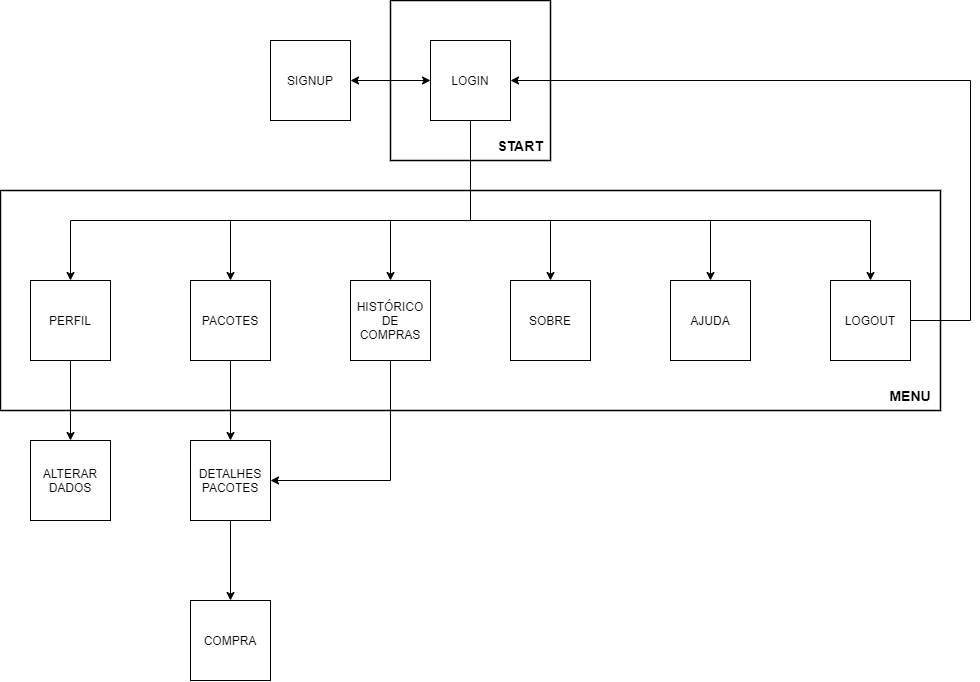
The draw.io diagram Wireframe Android/Diagrama de Navegação.drawio.png in rromao236/Projeto2ano, before a commit. Source tidied: cells renumbered, new cells last; positions are measured from the earlier drawing's top-left corner, leaving out a move shared by most shapes.
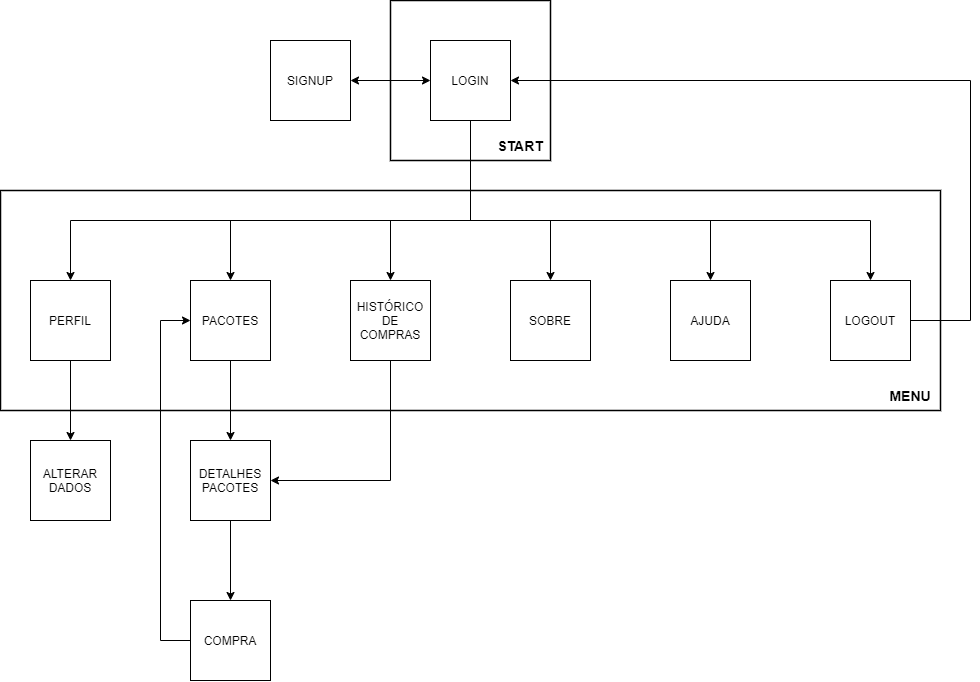
After the change.

The edit, as a diff of the source:
```diff
@@ -126,5 +126,21 @@
         <mxPoint x="390" y="480" as="sourcePoint" />
       </mxGeometry>
     </mxCell>
+    <mxCell id="34" style="endArrow=none;html=1;rounded=0;fontSize=12;entryX=0;entryY=0.5;entryDx=0;entryDy=0;" parent="1" edge="1" target="26">
+      <mxGeometry relative="1" as="geometry">
+        <mxPoint x="160" y="640" as="sourcePoint" />
+      </mxGeometry>
+    </mxCell>
+    <mxCell id="35" style="endArrow=none;html=1;rounded=0;" parent="1" edge="1">
+      <mxGeometry relative="1" as="geometry">
+        <mxPoint x="160" y="640" as="sourcePoint" />
+        <mxPoint x="160" y="320" as="targetPoint" />
+      </mxGeometry>
+    </mxCell>
+    <mxCell id="36" style="endArrow=classic;html=1;rounded=0;entryX=0;entryY=0.5;entryDx=0;entryDy=0;" parent="1" edge="1" target="12">
+      <mxGeometry relative="1" as="geometry">
+        <mxPoint x="160" y="320" as="sourcePoint" />
+      </mxGeometry>
+    </mxCell>
   </root>
 </mxGraphModel>
```
